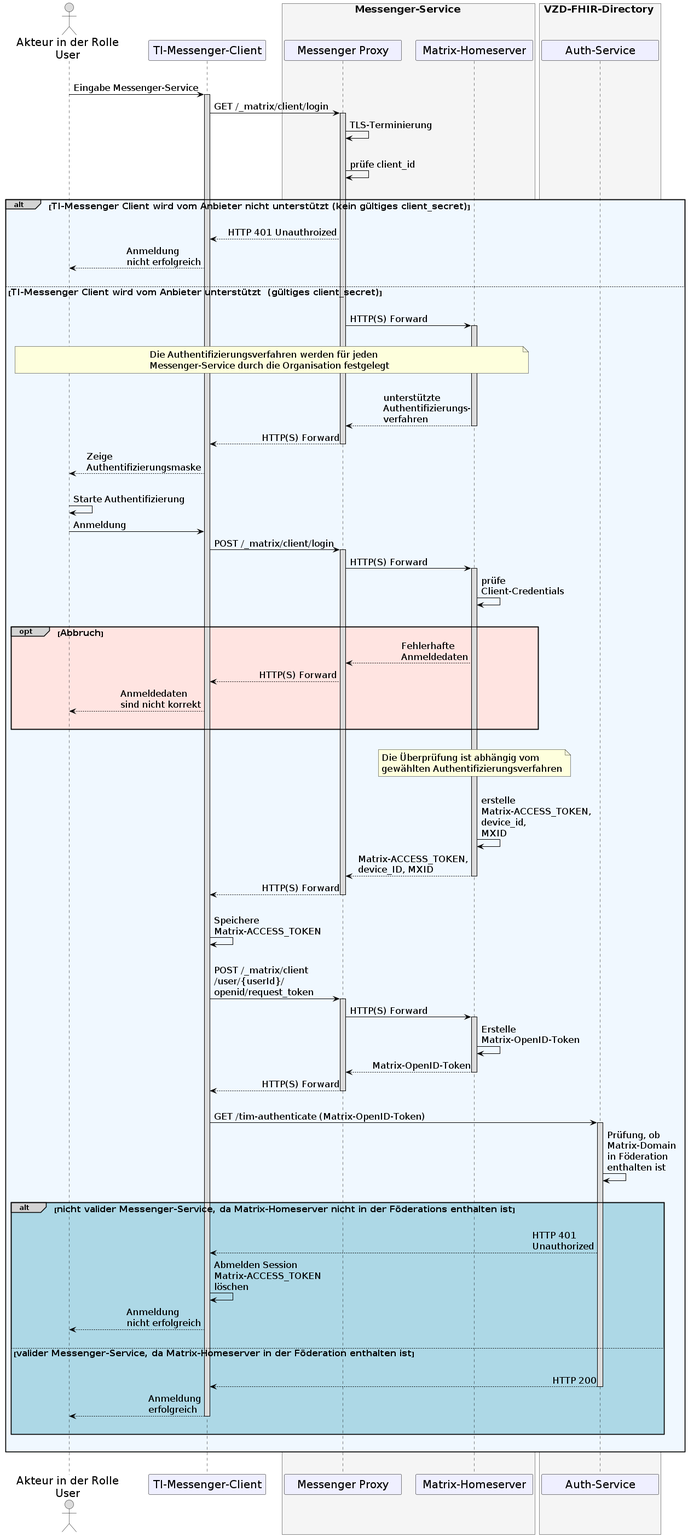
This is images/diagrams/TI-Messenger-Dienst/Ressourcen/UC_10057_Seq.png from gematik/api-ti-messenger, a PlantUML export, as it was before one commit.
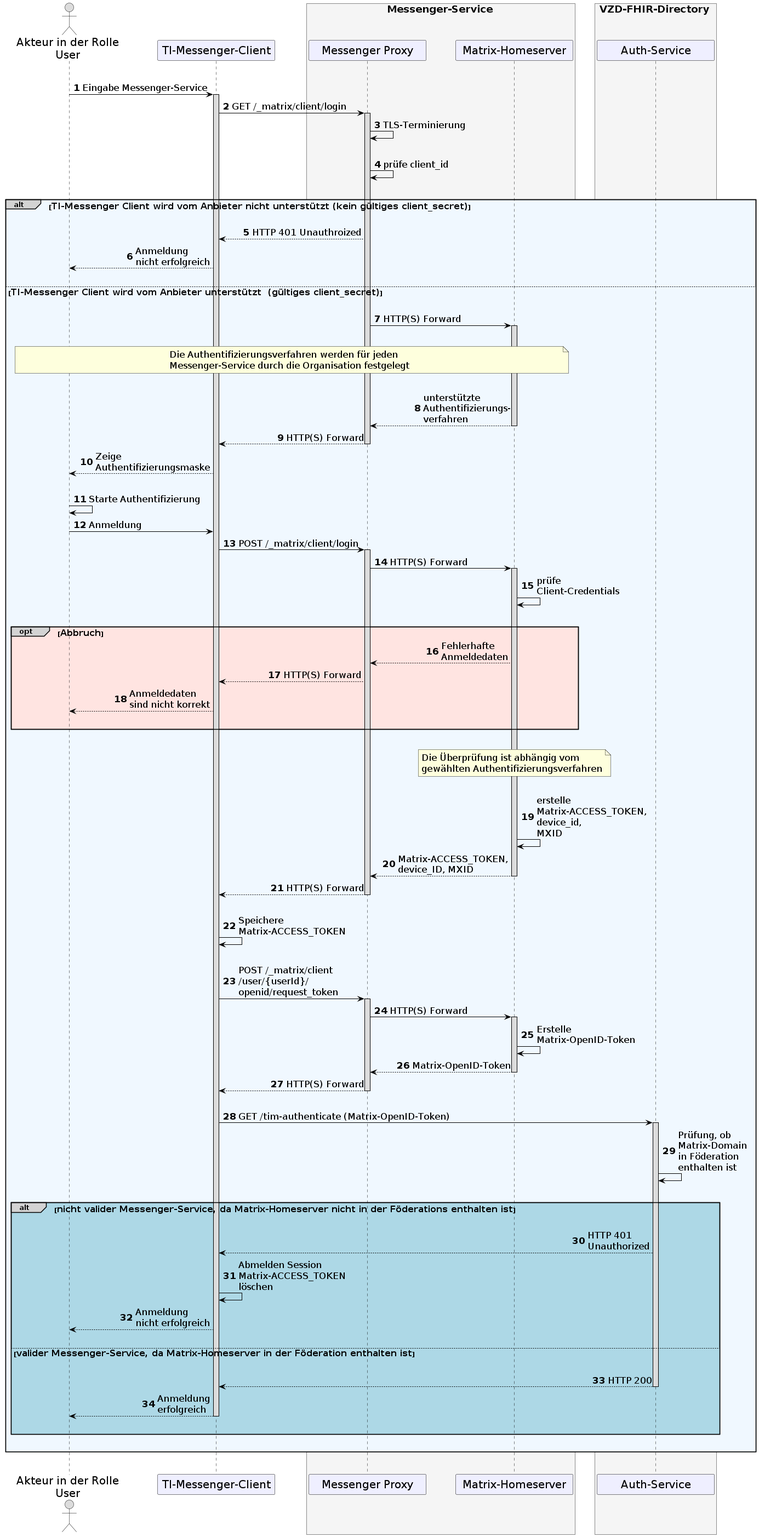
The same diagram one commit later.

Change to the diagram source:
```diff
@@ -4,6 +4,7 @@
 skinparam BoxPadding 1
 skinparam sequenceReferenceHeaderBackgroundColor palegreen
 scale max 2048 width
+autonumber
 
 skinparam sequence {
 ArrowColor black
@@ -18,6 +19,8 @@
 ParticipantFontColor black
 ParticipantBorderColor Black
 ParticipantBackgroundColor MOTIVATION
+
+
 
 ActorBackgroundColor Gainsboro
 ActorFontColor black
```
